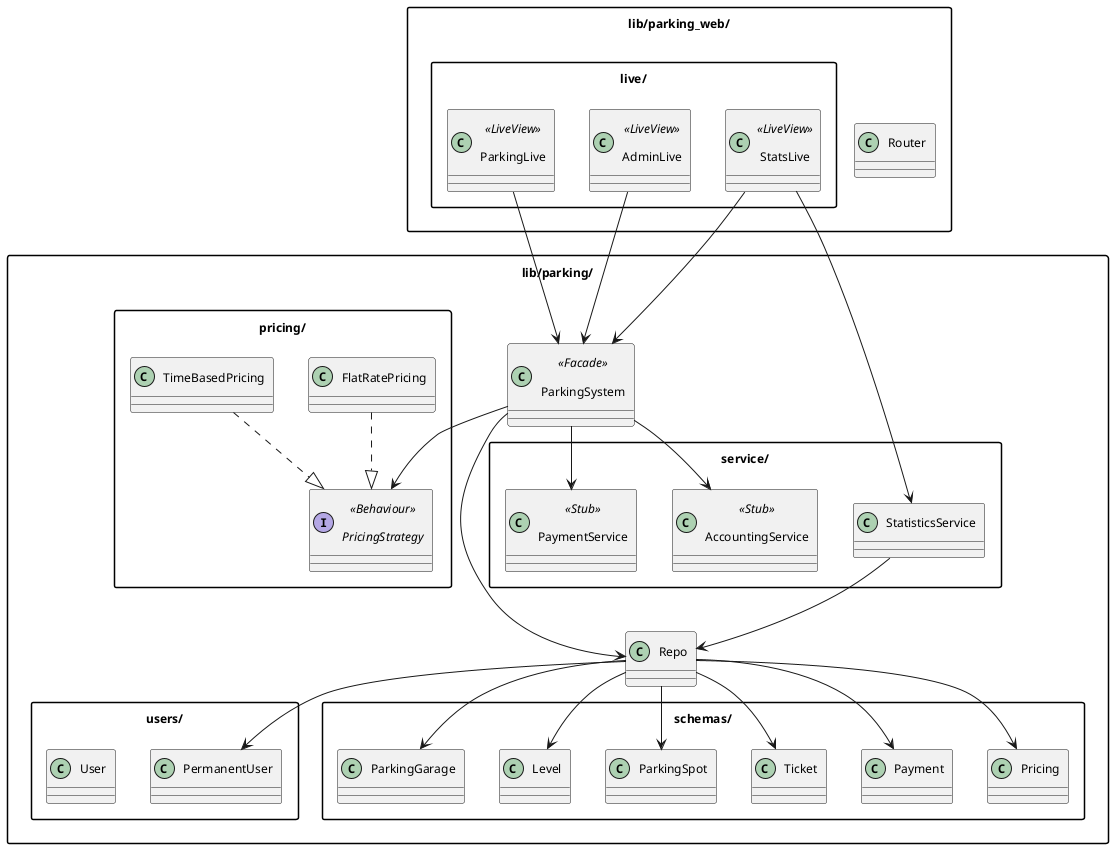
Adyrem/parking keeps this PlantUML diagram as documentation/diagrams/Moduluebersicht.png. Above is the earlier version.
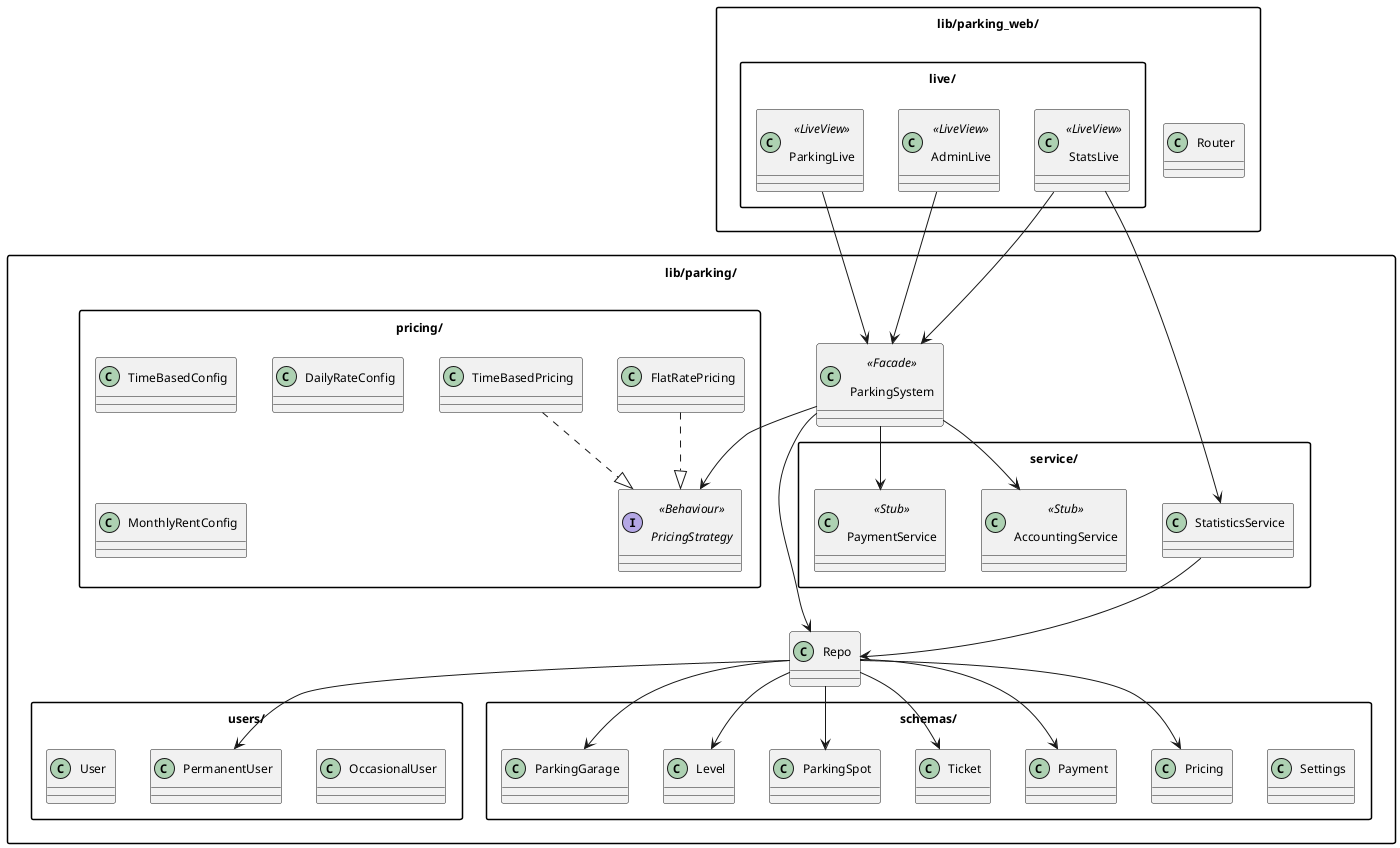
After the commit.

The edit, as a diff of the source:
```diff
@@ -19,12 +19,16 @@
   package "users/" {
     class User
     class PermanentUser
+    class OccasionalUser
   }
 
   package "pricing/" {
     interface PricingStrategy <<Behaviour>>
     class TimeBasedPricing
     class FlatRatePricing
+    class TimeBasedConfig
+    class DailyRateConfig
+    class MonthlyRentConfig
   }
 
   package "service/" {
@@ -40,6 +44,7 @@
     class Ticket
     class Payment
     class Pricing
+    class Settings
   }
 
   class Repo
```
